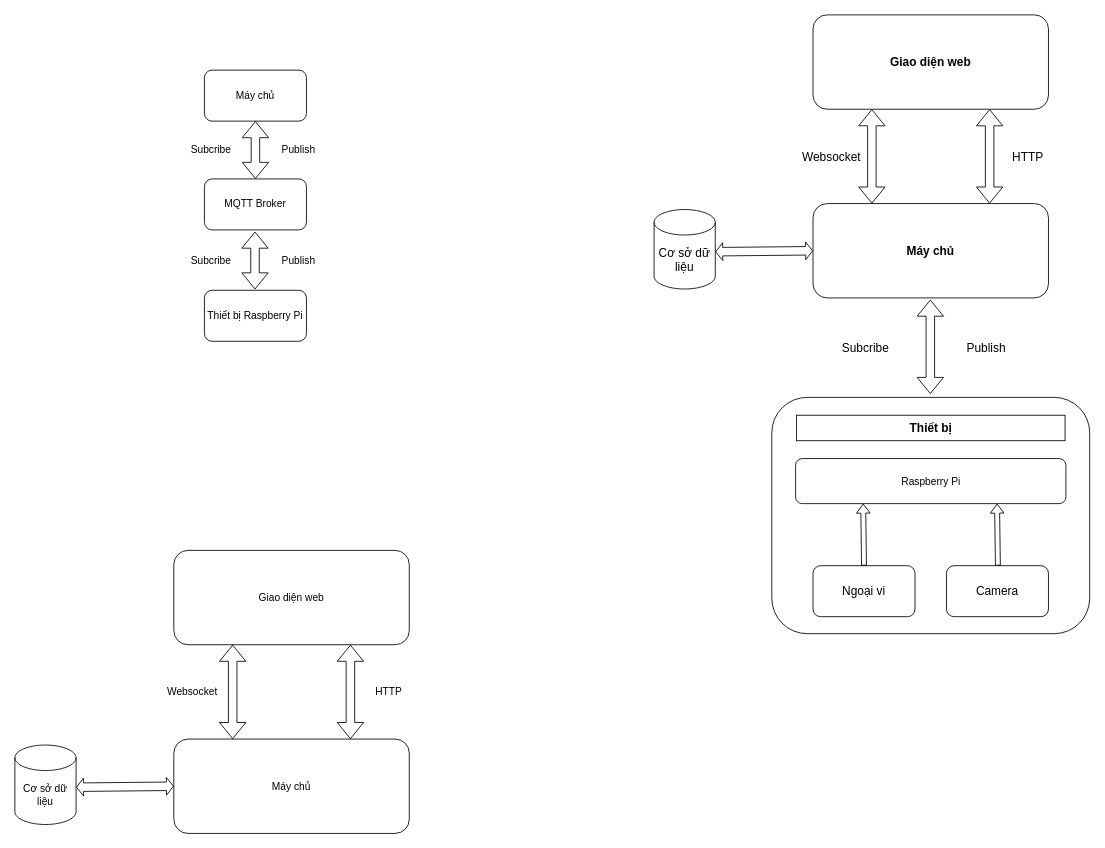
Above: Biểu đồ không có tiêu đề.drawio in diemzero1/drawio (draw.io), before the change. Source tidied: cells renumbered, new cells numbered last; positions are measured from the earlier drawing's top-left corner, leaving out a move shared by most shapes. Both pictures are drawn from the tidied source at 85%, with x=0, y=0 at pixel (14, 14).
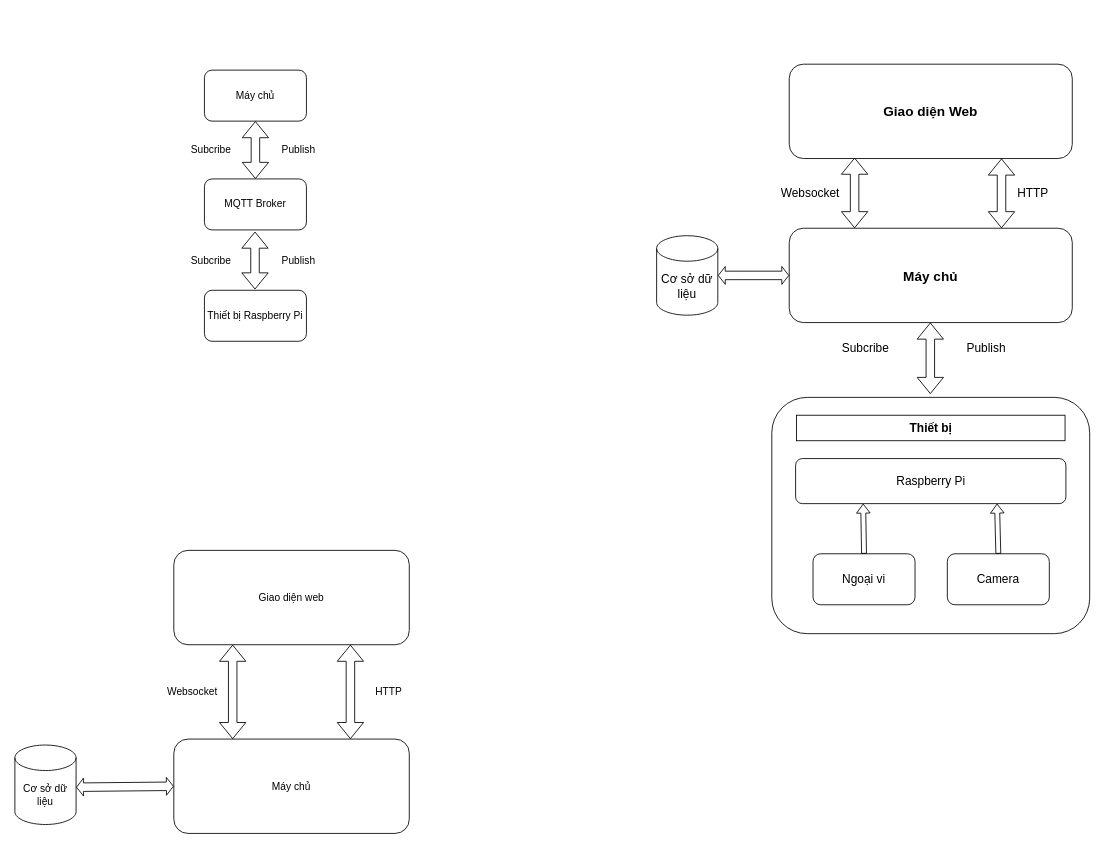
After the change.

Commit message:
Cập nhật Biểu đồ không có tiêu đề.drawio

Diff of the diagram source:
```diff
@@
-    <mxCell id="19" value="&lt;font style=&quot;font-size: 14px;&quot;&gt;&lt;b&gt;Giao diện web&lt;/b&gt;&lt;/font&gt;" style="rounded=1;whiteSpace=wrap;html=1;" parent="1" vertex="1">
-      <mxGeometry x="939" width="277" height="111" as="geometry" />
-    </mxCell>
-    <mxCell id="20" value="&lt;b&gt;&lt;font style=&quot;font-size: 14px;&quot;&gt;Máy chủ&lt;/font&gt;&lt;/b&gt;" style="rounded=1;whiteSpace=wrap;html=1;" parent="1" vertex="1">
-      <mxGeometry x="939" y="222" width="277" height="111" as="geometry" />
+    <mxCell id="20" value="&lt;b&gt;&lt;font style=&quot;font-size: 16px;&quot;&gt;Máy chủ&lt;/font&gt;&lt;/b&gt;" style="rounded=1;whiteSpace=wrap;html=1;" parent="1" vertex="1">
+      <mxGeometry x="911" y="251" width="333" height="111" as="geometry" />
     </mxCell>
-    <mxCell id="21" style="shape=flexArrow;endArrow=classic;startArrow=classic;html=1;rounded=0;entryX=0.25;entryY=1;entryDx=0;entryDy=0;exitX=0.25;exitY=0;exitDx=0;exitDy=0;" parent="1" edge="1" source="20" target="19">
+    <mxCell id="21" style="shape=flexArrow;endArrow=classic;startArrow=classic;html=1;rounded=0;exitX=0.231;exitY=0;exitDx=0;exitDy=0;exitPerimeter=0;entryX=0.231;entryY=0.991;entryDx=0;entryDy=0;entryPerimeter=0;" parent="1" edge="1" source="20" target="37">
       <mxGeometry relative="1" as="geometry" />
     </mxCell>
-    <mxCell id="22" style="shape=flexArrow;endArrow=classic;startArrow=classic;html=1;rounded=0;exitX=0.75;exitY=0;exitDx=0;exitDy=0;entryX=0.75;entryY=1;entryDx=0;entryDy=0;" parent="1" edge="1" source="20" target="19">
+    <mxCell id="22" style="shape=flexArrow;endArrow=classic;startArrow=classic;html=1;rounded=0;exitX=0.75;exitY=0;exitDx=0;exitDy=0;entryX=0.75;entryY=1;entryDx=0;entryDy=0;entryPerimeter=0;" parent="1" edge="1" source="20" target="37">
       <mxGeometry relative="1" as="geometry" />
     </mxCell>
     <mxCell id="23" value="&lt;font style=&quot;font-size: 14px;&quot;&gt;HTTP&lt;/font&gt;" style="text;html=1;align=center;verticalAlign=middle;whiteSpace=wrap;rounded=0;" parent="1" vertex="1">
-      <mxGeometry x="1162" y="152" width="60" height="30" as="geometry" />
+      <mxGeometry x="1168" y="195" width="60" height="30" as="geometry" />
     </mxCell>
     <mxCell id="24" value="&lt;font style=&quot;font-size: 14px;&quot;&gt;Websocket&lt;/font&gt;" style="text;html=1;align=center;verticalAlign=middle;whiteSpace=wrap;rounded=0;" parent="1" vertex="1">
-      <mxGeometry x="931" y="152" width="60" height="30" as="geometry" />
+      <mxGeometry x="906" y="195" width="60" height="30" as="geometry" />
     </mxCell>
     <mxCell id="25" value="&lt;div style=&quot;&quot;&gt;&lt;span style=&quot;background-color: initial;&quot;&gt;&lt;font style=&quot;font-size: 14px;&quot;&gt;Cơ sở dữ liệu&lt;/font&gt;&lt;/span&gt;&lt;/div&gt;" style="shape=cylinder3;whiteSpace=wrap;html=1;boundedLbl=1;backgroundOutline=1;size=15;align=center;" parent="1" vertex="1">
-      <mxGeometry x="752" y="229" width="72" height="93.5" as="geometry" />
+      <mxGeometry x="755" y="259.8" width="72" height="93.5" as="geometry" />
     </mxCell>
-    <mxCell id="26" style="shape=flexArrow;endArrow=classic;startArrow=classic;html=1;rounded=0;entryX=0;entryY=0.5;entryDx=0;entryDy=0;exitX=1;exitY=0.531;exitDx=0;exitDy=0;exitPerimeter=0;startWidth=10;startSize=2.41;endWidth=10;endSize=2.41;" parent="1" edge="1" source="25" target="20">
+    <mxCell id="26" style="shape=flexArrow;endArrow=classic;startArrow=classic;html=1;rounded=0;entryX=0;entryY=0.5;entryDx=0;entryDy=0;exitX=1;exitY=0.5;exitDx=0;exitDy=0;exitPerimeter=0;startWidth=10;startSize=2.41;endWidth=10;endSize=2.41;" parent="1" edge="1" source="25" target="20">
       <mxGeometry relative="1" as="geometry" />
     </mxCell>
@@
-    <mxCell id="28" style="shape=flexArrow;endArrow=classic;startArrow=classic;html=1;rounded=0;entryX=0.25;entryY=1;entryDx=0;entryDy=0;exitX=0.25;exitY=0;exitDx=0;exitDy=0;" parent="1" edge="1">
+    <mxCell id="28" style="shape=flexArrow;endArrow=classic;startArrow=classic;html=1;rounded=0;exitX=0.25;exitY=0;exitDx=0;exitDy=0;" parent="1" edge="1">
       <mxGeometry relative="1" as="geometry">
         <mxPoint x="1077" y="446" as="sourcePoint" />
-        <mxPoint x="1077" y="335" as="targetPoint" />
+        <mxPoint x="1077" y="362" as="targetPoint" />
       </mxGeometry>
     </mxCell>
@@
-    <mxCell id="30" value="Raspberry Pi" style="rounded=1;whiteSpace=wrap;html=1;" parent="1" vertex="1">
+    <mxCell id="30" value="&lt;font style=&quot;font-size: 14px;&quot;&gt;Raspberry Pi&lt;/font&gt;" style="rounded=1;whiteSpace=wrap;html=1;" parent="1" vertex="1">
       <mxGeometry x="918.5" y="522" width="318" height="53" as="geometry" />
     </mxCell>
     <mxCell id="31" value="&lt;font style=&quot;font-size: 14px;&quot;&gt;Ngoại vi&lt;/font&gt;" style="rounded=1;whiteSpace=wrap;html=1;" parent="1" vertex="1">
-      <mxGeometry x="939" y="648" width="120" height="60" as="geometry" />
+      <mxGeometry x="939" y="634" width="120" height="60" as="geometry" />
     </mxCell>
@@
     <mxCell id="34" value="&lt;span style=&quot;font-size: 14px;&quot;&gt;Camera&lt;/span&gt;" style="rounded=1;whiteSpace=wrap;html=1;" parent="1" vertex="1">
-      <mxGeometry x="1096" y="648" width="120" height="60" as="geometry" />
+      <mxGeometry x="1097" y="634" width="120" height="60" as="geometry" />
     </mxCell>
@@
-    <mxCell id="36" style="shape=flexArrow;endArrow=classic;html=1;rounded=0;endWidth=9.275147928994084;endSize=3.219230769230769;width=5.769230769230769;entryX=0.25;entryY=1;entryDx=0;entryDy=0;exitX=0.5;exitY=0;exitDx=0;exitDy=0;" parent="1" edge="1">
+    <mxCell id="36" style="shape=flexArrow;endArrow=classic;html=1;rounded=0;endWidth=9.275147928994084;endSize=3.219230769230769;width=5.769230769230769;entryX=0.25;entryY=1;entryDx=0;entryDy=0;exitX=0.5;exitY=0;exitDx=0;exitDy=0;" parent="1" edge="1" source="34">
       <mxGeometry relative="1" as="geometry">
-        <mxPoint x="1156.5" y="648" as="sourcePoint" />
         <mxPoint x="1155.5" y="575" as="targetPoint" />
       </mxGeometry>
     </mxCell>
+    <mxCell id="37" value="&lt;b&gt;&lt;font style=&quot;font-size: 16px;&quot;&gt;Giao diện Web&lt;/font&gt;&lt;/b&gt;" style="rounded=1;whiteSpace=wrap;html=1;" parent="1" vertex="1">
+      <mxGeometry x="911" y="58" width="333" height="111" as="geometry" />
+    </mxCell>
```
